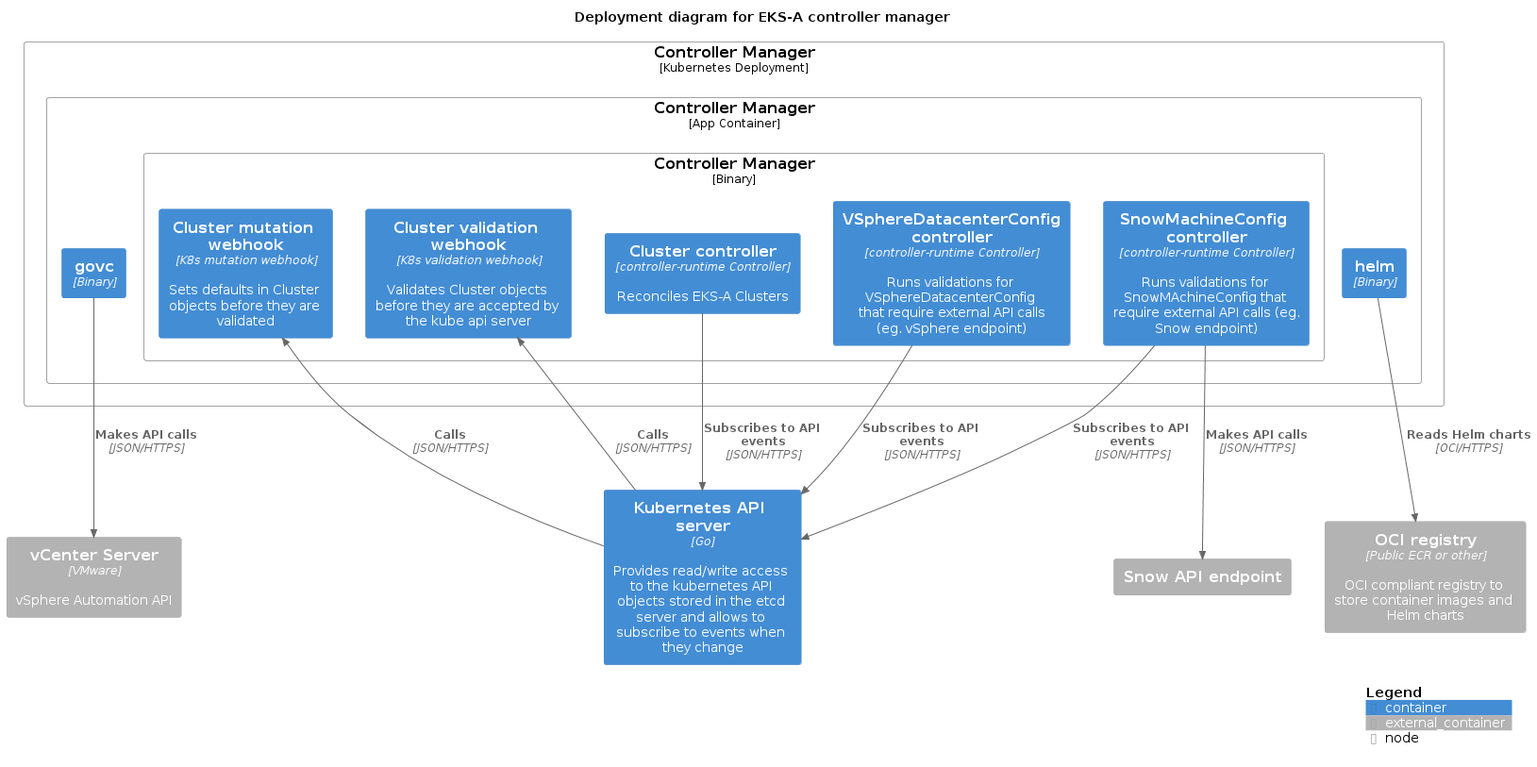
aws/eks-anywhere keeps this PlantUML diagram as designs/images/controller-manager-deployment.png. Above is the earlier version.
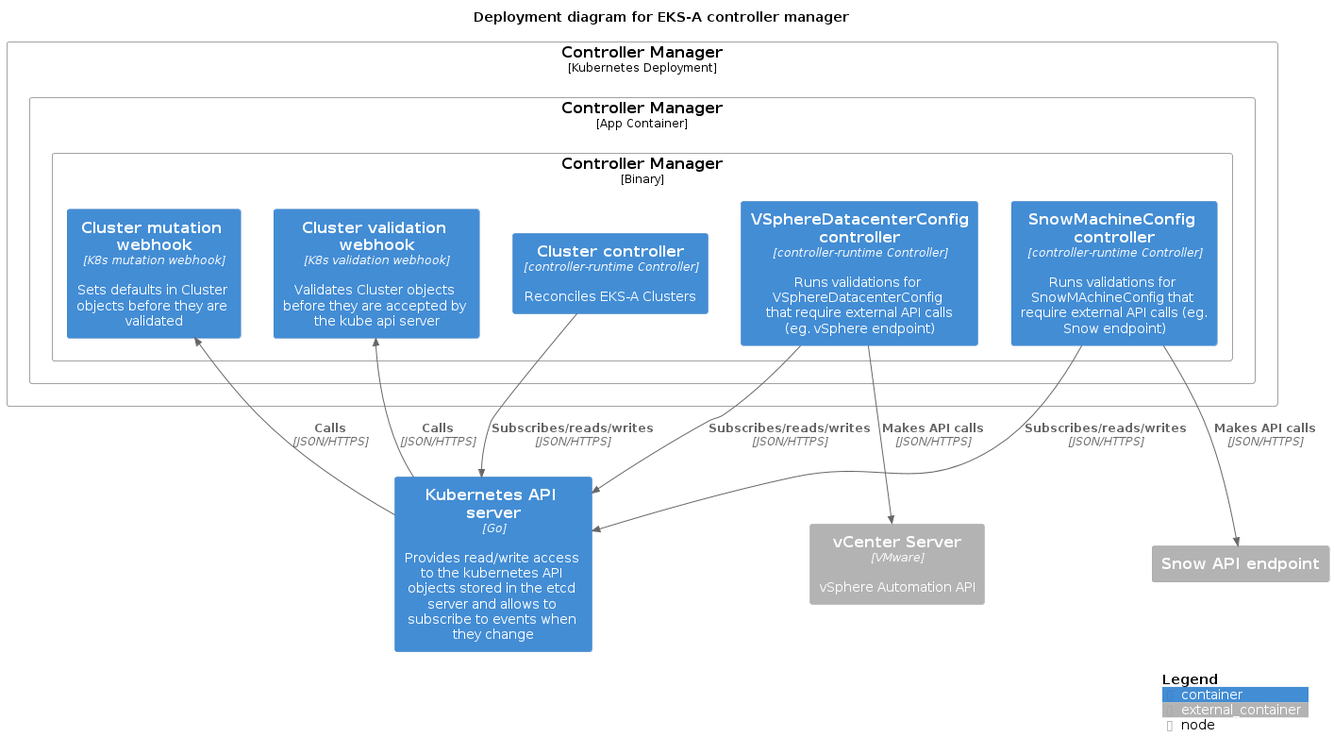
After the commit.

Change to the diagram source:
```diff
@@ -15,24 +15,18 @@
             Container(clusterMutation, "Cluster mutation webhook", "K8s mutation webhook", "Sets defaults in Cluster objects before they are validated")
             Container(clusterValidation, "Cluster validation webhook", "K8s validation webhook", "Validates Cluster objects before they are accepted by the kube api server")
         }
-
-        Container(govc, "govc", "Binary")
-        Container(helm, "helm", "Binary")
     }
 }
 
 Container_Ext(vCenter, "vCenter Server", "VMware", "vSphere Automation API")
-Rel(govc, vCenter, "Makes API calls", "JSON/HTTPS")
-
-Container_Ext(ociRegistry, "OCI registry", "Public ECR or other", "OCI compliant registry to store container images and Helm charts")
-Rel(helm, ociRegistry, "Reads Helm charts", "OCI/HTTPS")
+Rel(vsphereDatacenterController, vCenter, "Makes API calls", "JSON/HTTPS")
 
 Container_Ext(snowAPI, "Snow API endpoint")
 Rel(snowMachineConfigController, snowAPI, "Makes API calls", "JSON/HTTPS")
 
-Rel(clusterController, kubeApiServer, "Subscribes to API events", "JSON/HTTPS")
-Rel(vsphereDatacenterController, kubeApiServer, "Subscribes to API events", "JSON/HTTPS")
-Rel(snowMachineConfigController, kubeApiServer, "Subscribes to API events", "JSON/HTTPS")
+Rel(clusterController, kubeApiServer, "Subscribes/reads/writes", "JSON/HTTPS")
+Rel(vsphereDatacenterController, kubeApiServer, "Subscribes/reads/writes", "JSON/HTTPS")
+Rel(snowMachineConfigController, kubeApiServer, "Subscribes/reads/writes", "JSON/HTTPS")
 
 Rel(kubeApiServer, clusterMutation, "Calls", "JSON/HTTPS")
 Rel(kubeApiServer, clusterValidation, "Calls", "JSON/HTTPS")
```
